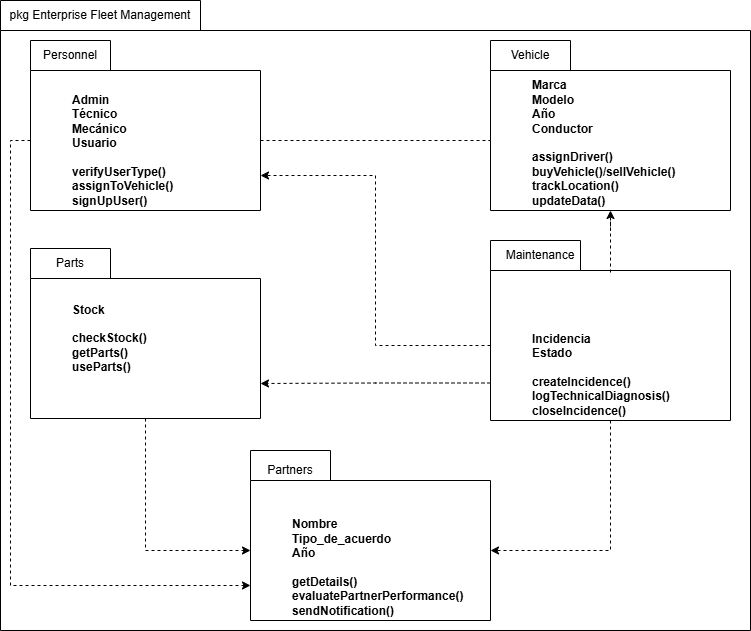
The draw.io diagram pruebas/Fleet package diagram.drawio.png in anderesor-star/pruebas, before a commit. Source tidied: cells renumbered, new cells last; positions are measured from the earlier drawing's top-left corner, leaving out a move shared by most shapes. Its diagram source:
```xml
<mxGraphModel>
  <root>
    <mxCell id="0" />
    <mxCell id="1" parent="0" />
    <mxCell id="2" style="shape=folder;fontStyle=1;spacingTop=10;tabWidth=200;tabHeight=30;tabPosition=left;html=1;whiteSpace=wrap;" parent="1" vertex="1">
      <mxGeometry width="750" height="630" as="geometry" />
    </mxCell>
    <mxCell id="3" value="pkg Enterprise Fleet Management" style="text;html=1;whiteSpace=wrap;strokeColor=none;fillColor=none;align=center;verticalAlign=middle;rounded=0;" parent="1" vertex="1">
      <mxGeometry width="200" height="30" as="geometry" />
    </mxCell>
    <mxCell id="4" value="&lt;blockquote style=&quot;margin: 0 0 0 40px; border: none; padding: 0px;&quot;&gt;Admin&lt;/blockquote&gt;&lt;blockquote style=&quot;margin: 0 0 0 40px; border: none; padding: 0px;&quot;&gt;Técnico&lt;/blockquote&gt;&lt;blockquote style=&quot;margin: 0 0 0 40px; border: none; padding: 0px;&quot;&gt;Mecánico&lt;/blockquote&gt;&lt;blockquote style=&quot;margin: 0 0 0 40px; border: none; padding: 0px;&quot;&gt;Usuario&lt;/blockquote&gt;&lt;blockquote style=&quot;margin: 0 0 0 40px; border: none; padding: 0px;&quot;&gt;&lt;br&gt;&lt;/blockquote&gt;&lt;blockquote style=&quot;margin: 0 0 0 40px; border: none; padding: 0px;&quot;&gt;verifyUserType()&lt;/blockquote&gt;&lt;blockquote style=&quot;margin: 0 0 0 40px; border: none; padding: 0px;&quot;&gt;assignToVehicle()&lt;/blockquote&gt;&lt;blockquote style=&quot;margin: 0 0 0 40px; border: none; padding: 0px;&quot;&gt;signUpUser()&lt;/blockquote&gt;" style="shape=folder;fontStyle=1;spacingTop=10;tabWidth=80;tabHeight=30;tabPosition=left;html=1;whiteSpace=wrap;align=left;verticalAlign=bottom;" parent="1" vertex="1">
      <mxGeometry x="30" y="40" width="230" height="170" as="geometry" />
    </mxCell>
    <mxCell id="5" value="Personnel" style="text;html=1;whiteSpace=wrap;strokeColor=none;fillColor=none;align=center;verticalAlign=middle;rounded=0;" parent="1" vertex="1">
      <mxGeometry x="40" y="40" width="60" height="30" as="geometry" />
    </mxCell>
    <mxCell id="6" value="&lt;blockquote style=&quot;margin: 0 0 0 40px; border: none; padding: 0px;&quot;&gt;Marca&lt;/blockquote&gt;&lt;blockquote style=&quot;margin: 0 0 0 40px; border: none; padding: 0px;&quot;&gt;Modelo&lt;/blockquote&gt;&lt;blockquote style=&quot;margin: 0 0 0 40px; border: none; padding: 0px;&quot;&gt;Año&lt;/blockquote&gt;&lt;blockquote style=&quot;margin: 0 0 0 40px; border: none; padding: 0px;&quot;&gt;Conductor&lt;/blockquote&gt;&lt;blockquote style=&quot;margin: 0 0 0 40px; border: none; padding: 0px;&quot;&gt;&lt;br&gt;&lt;/blockquote&gt;&lt;blockquote style=&quot;margin: 0 0 0 40px; border: none; padding: 0px;&quot;&gt;assignDriver()&lt;/blockquote&gt;&lt;blockquote style=&quot;margin: 0 0 0 40px; border: none; padding: 0px;&quot;&gt;buyVehicle()/sellVehicle()&lt;/blockquote&gt;&lt;blockquote style=&quot;margin: 0 0 0 40px; border: none; padding: 0px;&quot;&gt;trackLocation()&lt;/blockquote&gt;&lt;blockquote style=&quot;margin: 0 0 0 40px; border: none; padding: 0px;&quot;&gt;updateData()&lt;/blockquote&gt;" style="shape=folder;fontStyle=1;spacingTop=10;tabWidth=80;tabHeight=30;tabPosition=left;html=1;whiteSpace=wrap;align=left;verticalAlign=bottom;" parent="1" vertex="1">
      <mxGeometry x="490" y="40" width="240" height="170" as="geometry" />
    </mxCell>
    <mxCell id="7" value="Vehicle" style="text;html=1;whiteSpace=wrap;strokeColor=none;fillColor=none;align=center;verticalAlign=middle;rounded=0;" parent="1" vertex="1">
      <mxGeometry x="500" y="40" width="60" height="30" as="geometry" />
    </mxCell>
    <mxCell id="8" value="&lt;blockquote style=&quot;margin: 0 0 0 40px; border: none; padding: 0px;&quot;&gt;Stock&lt;/blockquote&gt;&lt;blockquote style=&quot;margin: 0 0 0 40px; border: none; padding: 0px;&quot;&gt;&lt;br&gt;&lt;/blockquote&gt;&lt;blockquote style=&quot;margin: 0 0 0 40px; border: none; padding: 0px;&quot;&gt;checkStock()&lt;/blockquote&gt;&lt;blockquote style=&quot;margin: 0 0 0 40px; border: none; padding: 0px;&quot;&gt;getParts()&lt;/blockquote&gt;&lt;blockquote style=&quot;margin: 0 0 0 40px; border: none; padding: 0px;&quot;&gt;useParts()&lt;/blockquote&gt;" style="shape=folder;fontStyle=1;spacingTop=10;tabWidth=80;tabHeight=30;tabPosition=left;html=1;whiteSpace=wrap;align=left;verticalAlign=middle;" parent="1" vertex="1">
      <mxGeometry x="30" y="248" width="230" height="170" as="geometry" />
    </mxCell>
    <mxCell id="9" value="Parts" style="text;html=1;whiteSpace=wrap;strokeColor=none;fillColor=none;align=center;verticalAlign=middle;rounded=0;" parent="1" vertex="1">
      <mxGeometry x="40" y="248" width="60" height="30" as="geometry" />
    </mxCell>
    <mxCell id="10" value="&lt;blockquote style=&quot;margin: 0 0 0 40px; border: none; padding: 0px;&quot;&gt;Incidencia&lt;/blockquote&gt;&lt;blockquote style=&quot;margin: 0 0 0 40px; border: none; padding: 0px;&quot;&gt;Estado&lt;/blockquote&gt;&lt;blockquote style=&quot;margin: 0 0 0 40px; border: none; padding: 0px;&quot;&gt;&lt;br&gt;&lt;/blockquote&gt;&lt;blockquote style=&quot;margin: 0 0 0 40px; border: none; padding: 0px;&quot;&gt;createIncidence()&lt;/blockquote&gt;&lt;blockquote style=&quot;margin: 0 0 0 40px; border: none; padding: 0px;&quot;&gt;logTechnicalDiagnosis()&lt;/blockquote&gt;&lt;blockquote style=&quot;margin: 0 0 0 40px; border: none; padding: 0px;&quot;&gt;closeIncidence()&lt;/blockquote&gt;" style="shape=folder;fontStyle=1;spacingTop=10;tabWidth=90;tabHeight=30;tabPosition=left;html=1;whiteSpace=wrap;align=left;verticalAlign=bottom;" parent="1" vertex="1">
      <mxGeometry x="490" y="240" width="240" height="180" as="geometry" />
    </mxCell>
    <mxCell id="11" value="Maintenance" style="text;html=1;whiteSpace=wrap;strokeColor=none;fillColor=none;align=center;verticalAlign=middle;rounded=0;" parent="1" vertex="1">
      <mxGeometry x="510" y="240" width="60" height="30" as="geometry" />
    </mxCell>
    <mxCell id="12" value="&lt;blockquote style=&quot;margin: 0 0 0 40px; border: none; padding: 0px;&quot;&gt;Nombre&lt;/blockquote&gt;&lt;blockquote style=&quot;margin: 0 0 0 40px; border: none; padding: 0px;&quot;&gt;Tipo_de_acuerdo&lt;/blockquote&gt;&lt;blockquote style=&quot;margin: 0 0 0 40px; border: none; padding: 0px;&quot;&gt;Año&lt;/blockquote&gt;&lt;blockquote style=&quot;margin: 0 0 0 40px; border: none; padding: 0px;&quot;&gt;&lt;br&gt;&lt;/blockquote&gt;&lt;blockquote style=&quot;margin: 0 0 0 40px; border: none; padding: 0px;&quot;&gt;getDetails()&lt;/blockquote&gt;&lt;blockquote style=&quot;margin: 0 0 0 40px; border: none; padding: 0px;&quot;&gt;evaluatePartnerPerformance()&lt;/blockquote&gt;&lt;blockquote style=&quot;margin: 0 0 0 40px; border: none; padding: 0px;&quot;&gt;sendNotification()&lt;/blockquote&gt;" style="shape=folder;fontStyle=1;spacingTop=10;tabWidth=80;tabHeight=30;tabPosition=left;html=1;whiteSpace=wrap;align=left;verticalAlign=bottom;" parent="1" vertex="1">
      <mxGeometry x="250" y="450" width="240" height="170" as="geometry" />
    </mxCell>
    <mxCell id="13" value="Partners" style="text;html=1;whiteSpace=wrap;strokeColor=none;fillColor=none;align=center;verticalAlign=middle;rounded=0;" parent="1" vertex="1">
      <mxGeometry x="260" y="455" width="60" height="30" as="geometry" />
    </mxCell>
    <mxCell id="14" style="edgeStyle=orthogonalEdgeStyle;rounded=0;jettySize=auto;html=1;exitX=0.5;exitY=0.178;exitDx=0;exitDy=0;exitPerimeter=0;entryX=0.5;entryY=1;entryDx=0;entryDy=0;entryPerimeter=0;dashed=1;" parent="1" edge="1" source="10" target="6">
      <mxGeometry relative="1" as="geometry" />
    </mxCell>
    <mxCell id="15" style="edgeStyle=orthogonalEdgeStyle;rounded=0;jettySize=auto;html=1;exitX=0;exitY=0;exitDx=230;exitDy=100;exitPerimeter=0;entryX=0;entryY=0;entryDx=0;entryDy=100;entryPerimeter=0;dashed=1;endArrow=none;endFill=0;" parent="1" edge="1" source="4" target="6">
      <mxGeometry relative="1" as="geometry" />
    </mxCell>
    <mxCell id="16" style="edgeStyle=orthogonalEdgeStyle;rounded=0;jettySize=auto;html=1;exitX=0;exitY=0;exitDx=0;exitDy=105;exitPerimeter=0;entryX=0;entryY=0;entryDx=230;entryDy=135;entryPerimeter=0;dashed=1;" parent="1" edge="1" source="10" target="4">
      <mxGeometry relative="1" as="geometry" />
    </mxCell>
    <mxCell id="17" style="edgeStyle=orthogonalEdgeStyle;rounded=0;jettySize=auto;html=1;exitX=0;exitY=0;exitDx=0;exitDy=142.5;exitPerimeter=0;entryX=0;entryY=0;entryDx=230;entryDy=135;entryPerimeter=0;dashed=1;" parent="1" edge="1" source="10" target="8">
      <mxGeometry relative="1" as="geometry" />
    </mxCell>
    <mxCell id="18" style="edgeStyle=orthogonalEdgeStyle;rounded=0;jettySize=auto;html=1;exitX=0.5;exitY=1;exitDx=0;exitDy=0;exitPerimeter=0;entryX=0;entryY=0;entryDx=0;entryDy=100;entryPerimeter=0;dashed=1;" parent="1" edge="1" source="8" target="12">
      <mxGeometry relative="1" as="geometry" />
    </mxCell>
    <mxCell id="19" style="edgeStyle=orthogonalEdgeStyle;rounded=0;jettySize=auto;html=1;exitX=0.5;exitY=1;exitDx=0;exitDy=0;exitPerimeter=0;entryX=0;entryY=0;entryDx=240;entryDy=100;entryPerimeter=0;dashed=1;" parent="1" edge="1" source="10" target="12">
      <mxGeometry relative="1" as="geometry" />
    </mxCell>
    <mxCell id="20" style="edgeStyle=orthogonalEdgeStyle;rounded=0;jettySize=auto;html=1;exitX=0;exitY=0;exitDx=0;exitDy=100;exitPerimeter=0;entryX=0;entryY=0;entryDx=0;entryDy=135;entryPerimeter=0;dashed=1;" parent="1" edge="1" source="4" target="12">
      <mxGeometry relative="1" as="geometry" />
    </mxCell>
  </root>
</mxGraphModel>
```
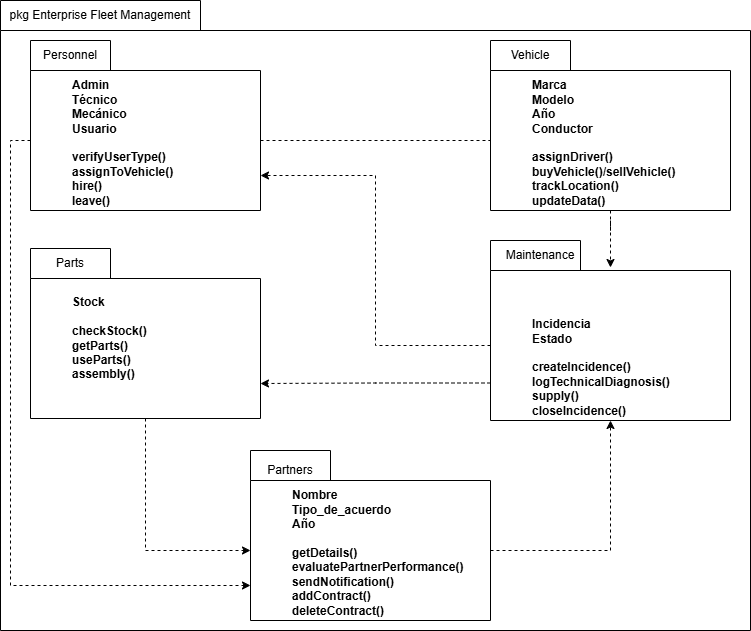
After the change.

The edit, as a diff of the source:
```diff
@@ -8,7 +8,7 @@
     <mxCell id="3" value="pkg Enterprise Fleet Management" style="text;html=1;whiteSpace=wrap;strokeColor=none;fillColor=none;align=center;verticalAlign=middle;rounded=0;" parent="1" vertex="1">
       <mxGeometry width="200" height="30" as="geometry" />
     </mxCell>
-    <mxCell id="4" value="&lt;blockquote style=&quot;margin: 0 0 0 40px; border: none; padding: 0px;&quot;&gt;Admin&lt;/blockquote&gt;&lt;blockquote style=&quot;margin: 0 0 0 40px; border: none; padding: 0px;&quot;&gt;Técnico&lt;/blockquote&gt;&lt;blockquote style=&quot;margin: 0 0 0 40px; border: none; padding: 0px;&quot;&gt;Mecánico&lt;/blockquote&gt;&lt;blockquote style=&quot;margin: 0 0 0 40px; border: none; padding: 0px;&quot;&gt;Usuario&lt;/blockquote&gt;&lt;blockquote style=&quot;margin: 0 0 0 40px; border: none; padding: 0px;&quot;&gt;&lt;br&gt;&lt;/blockquote&gt;&lt;blockquote style=&quot;margin: 0 0 0 40px; border: none; padding: 0px;&quot;&gt;verifyUserType()&lt;/blockquote&gt;&lt;blockquote style=&quot;margin: 0 0 0 40px; border: none; padding: 0px;&quot;&gt;assignToVehicle()&lt;/blockquote&gt;&lt;blockquote style=&quot;margin: 0 0 0 40px; border: none; padding: 0px;&quot;&gt;signUpUser()&lt;/blockquote&gt;" style="shape=folder;fontStyle=1;spacingTop=10;tabWidth=80;tabHeight=30;tabPosition=left;html=1;whiteSpace=wrap;align=left;verticalAlign=bottom;" parent="1" vertex="1">
+    <mxCell id="4" value="&lt;blockquote style=&quot;margin: 0 0 0 40px; border: none; padding: 0px;&quot;&gt;Admin&lt;/blockquote&gt;&lt;blockquote style=&quot;margin: 0 0 0 40px; border: none; padding: 0px;&quot;&gt;Técnico&lt;/blockquote&gt;&lt;blockquote style=&quot;margin: 0 0 0 40px; border: none; padding: 0px;&quot;&gt;Mecánico&lt;/blockquote&gt;&lt;blockquote style=&quot;margin: 0 0 0 40px; border: none; padding: 0px;&quot;&gt;Usuario&lt;/blockquote&gt;&lt;blockquote style=&quot;margin: 0 0 0 40px; border: none; padding: 0px;&quot;&gt;&lt;br&gt;&lt;/blockquote&gt;&lt;blockquote style=&quot;margin: 0 0 0 40px; border: none; padding: 0px;&quot;&gt;verifyUserType()&lt;/blockquote&gt;&lt;blockquote style=&quot;margin: 0 0 0 40px; border: none; padding: 0px;&quot;&gt;assignToVehicle()&lt;/blockquote&gt;&lt;blockquote style=&quot;margin: 0 0 0 40px; border: none; padding: 0px;&quot;&gt;hire()&lt;/blockquote&gt;&lt;blockquote style=&quot;margin: 0 0 0 40px; border: none; padding: 0px;&quot;&gt;leave()&lt;/blockquote&gt;" style="shape=folder;fontStyle=1;spacingTop=10;tabWidth=80;tabHeight=30;tabPosition=left;html=1;whiteSpace=wrap;align=left;verticalAlign=bottom;" parent="1" vertex="1">
       <mxGeometry x="30" y="40" width="230" height="170" as="geometry" />
     </mxCell>
     <mxCell id="5" value="Personnel" style="text;html=1;whiteSpace=wrap;strokeColor=none;fillColor=none;align=center;verticalAlign=middle;rounded=0;" parent="1" vertex="1">
@@ -20,27 +20,24 @@
     <mxCell id="7" value="Vehicle" style="text;html=1;whiteSpace=wrap;strokeColor=none;fillColor=none;align=center;verticalAlign=middle;rounded=0;" parent="1" vertex="1">
       <mxGeometry x="500" y="40" width="60" height="30" as="geometry" />
     </mxCell>
-    <mxCell id="8" value="&lt;blockquote style=&quot;margin: 0 0 0 40px; border: none; padding: 0px;&quot;&gt;Stock&lt;/blockquote&gt;&lt;blockquote style=&quot;margin: 0 0 0 40px; border: none; padding: 0px;&quot;&gt;&lt;br&gt;&lt;/blockquote&gt;&lt;blockquote style=&quot;margin: 0 0 0 40px; border: none; padding: 0px;&quot;&gt;checkStock()&lt;/blockquote&gt;&lt;blockquote style=&quot;margin: 0 0 0 40px; border: none; padding: 0px;&quot;&gt;getParts()&lt;/blockquote&gt;&lt;blockquote style=&quot;margin: 0 0 0 40px; border: none; padding: 0px;&quot;&gt;useParts()&lt;/blockquote&gt;" style="shape=folder;fontStyle=1;spacingTop=10;tabWidth=80;tabHeight=30;tabPosition=left;html=1;whiteSpace=wrap;align=left;verticalAlign=middle;" parent="1" vertex="1">
+    <mxCell id="8" value="&lt;blockquote style=&quot;margin: 0 0 0 40px; border: none; padding: 0px;&quot;&gt;Stock&lt;/blockquote&gt;&lt;blockquote style=&quot;margin: 0 0 0 40px; border: none; padding: 0px;&quot;&gt;&lt;br&gt;&lt;/blockquote&gt;&lt;blockquote style=&quot;margin: 0 0 0 40px; border: none; padding: 0px;&quot;&gt;checkStock()&lt;/blockquote&gt;&lt;blockquote style=&quot;margin: 0 0 0 40px; border: none; padding: 0px;&quot;&gt;getParts()&lt;/blockquote&gt;&lt;blockquote style=&quot;margin: 0 0 0 40px; border: none; padding: 0px;&quot;&gt;useParts()&lt;/blockquote&gt;&lt;blockquote style=&quot;margin: 0 0 0 40px; border: none; padding: 0px;&quot;&gt;assembly()&lt;/blockquote&gt;" style="shape=folder;fontStyle=1;spacingTop=10;tabWidth=80;tabHeight=30;tabPosition=left;html=1;whiteSpace=wrap;align=left;verticalAlign=middle;" parent="1" vertex="1">
       <mxGeometry x="30" y="248" width="230" height="170" as="geometry" />
     </mxCell>
     <mxCell id="9" value="Parts" style="text;html=1;whiteSpace=wrap;strokeColor=none;fillColor=none;align=center;verticalAlign=middle;rounded=0;" parent="1" vertex="1">
       <mxGeometry x="40" y="248" width="60" height="30" as="geometry" />
     </mxCell>
-    <mxCell id="10" value="&lt;blockquote style=&quot;margin: 0 0 0 40px; border: none; padding: 0px;&quot;&gt;Incidencia&lt;/blockquote&gt;&lt;blockquote style=&quot;margin: 0 0 0 40px; border: none; padding: 0px;&quot;&gt;Estado&lt;/blockquote&gt;&lt;blockquote style=&quot;margin: 0 0 0 40px; border: none; padding: 0px;&quot;&gt;&lt;br&gt;&lt;/blockquote&gt;&lt;blockquote style=&quot;margin: 0 0 0 40px; border: none; padding: 0px;&quot;&gt;createIncidence()&lt;/blockquote&gt;&lt;blockquote style=&quot;margin: 0 0 0 40px; border: none; padding: 0px;&quot;&gt;logTechnicalDiagnosis()&lt;/blockquote&gt;&lt;blockquote style=&quot;margin: 0 0 0 40px; border: none; padding: 0px;&quot;&gt;closeIncidence()&lt;/blockquote&gt;" style="shape=folder;fontStyle=1;spacingTop=10;tabWidth=90;tabHeight=30;tabPosition=left;html=1;whiteSpace=wrap;align=left;verticalAlign=bottom;" parent="1" vertex="1">
+    <mxCell id="10" value="&lt;blockquote style=&quot;margin: 0 0 0 40px; border: none; padding: 0px;&quot;&gt;Incidencia&lt;/blockquote&gt;&lt;blockquote style=&quot;margin: 0 0 0 40px; border: none; padding: 0px;&quot;&gt;Estado&lt;/blockquote&gt;&lt;blockquote style=&quot;margin: 0 0 0 40px; border: none; padding: 0px;&quot;&gt;&lt;br&gt;&lt;/blockquote&gt;&lt;blockquote style=&quot;margin: 0 0 0 40px; border: none; padding: 0px;&quot;&gt;createIncidence()&lt;/blockquote&gt;&lt;blockquote style=&quot;margin: 0 0 0 40px; border: none; padding: 0px;&quot;&gt;logTechnicalDiagnosis()&lt;/blockquote&gt;&lt;blockquote style=&quot;margin: 0 0 0 40px; border: none; padding: 0px;&quot;&gt;supply()&lt;/blockquote&gt;&lt;blockquote style=&quot;margin: 0 0 0 40px; border: none; padding: 0px;&quot;&gt;closeIncidence()&lt;/blockquote&gt;" style="shape=folder;fontStyle=1;spacingTop=10;tabWidth=90;tabHeight=30;tabPosition=left;html=1;whiteSpace=wrap;align=left;verticalAlign=bottom;" parent="1" vertex="1">
       <mxGeometry x="490" y="240" width="240" height="180" as="geometry" />
     </mxCell>
     <mxCell id="11" value="Maintenance" style="text;html=1;whiteSpace=wrap;strokeColor=none;fillColor=none;align=center;verticalAlign=middle;rounded=0;" parent="1" vertex="1">
       <mxGeometry x="510" y="240" width="60" height="30" as="geometry" />
     </mxCell>
-    <mxCell id="12" value="&lt;blockquote style=&quot;margin: 0 0 0 40px; border: none; padding: 0px;&quot;&gt;Nombre&lt;/blockquote&gt;&lt;blockquote style=&quot;margin: 0 0 0 40px; border: none; padding: 0px;&quot;&gt;Tipo_de_acuerdo&lt;/blockquote&gt;&lt;blockquote style=&quot;margin: 0 0 0 40px; border: none; padding: 0px;&quot;&gt;Año&lt;/blockquote&gt;&lt;blockquote style=&quot;margin: 0 0 0 40px; border: none; padding: 0px;&quot;&gt;&lt;br&gt;&lt;/blockquote&gt;&lt;blockquote style=&quot;margin: 0 0 0 40px; border: none; padding: 0px;&quot;&gt;getDetails()&lt;/blockquote&gt;&lt;blockquote style=&quot;margin: 0 0 0 40px; border: none; padding: 0px;&quot;&gt;evaluatePartnerPerformance()&lt;/blockquote&gt;&lt;blockquote style=&quot;margin: 0 0 0 40px; border: none; padding: 0px;&quot;&gt;sendNotification()&lt;/blockquote&gt;" style="shape=folder;fontStyle=1;spacingTop=10;tabWidth=80;tabHeight=30;tabPosition=left;html=1;whiteSpace=wrap;align=left;verticalAlign=bottom;" parent="1" vertex="1">
+    <mxCell id="12" value="&lt;blockquote style=&quot;margin: 0 0 0 40px; border: none; padding: 0px;&quot;&gt;Nombre&lt;/blockquote&gt;&lt;blockquote style=&quot;margin: 0 0 0 40px; border: none; padding: 0px;&quot;&gt;Tipo_de_acuerdo&lt;/blockquote&gt;&lt;blockquote style=&quot;margin: 0 0 0 40px; border: none; padding: 0px;&quot;&gt;Año&lt;/blockquote&gt;&lt;blockquote style=&quot;margin: 0 0 0 40px; border: none; padding: 0px;&quot;&gt;&lt;br&gt;&lt;/blockquote&gt;&lt;blockquote style=&quot;margin: 0 0 0 40px; border: none; padding: 0px;&quot;&gt;getDetails()&lt;/blockquote&gt;&lt;blockquote style=&quot;margin: 0 0 0 40px; border: none; padding: 0px;&quot;&gt;evaluatePartnerPerformance()&lt;/blockquote&gt;&lt;blockquote style=&quot;margin: 0 0 0 40px; border: none; padding: 0px;&quot;&gt;sendNotification()&lt;/blockquote&gt;&lt;blockquote style=&quot;margin: 0 0 0 40px; border: none; padding: 0px;&quot;&gt;addContract()&lt;/blockquote&gt;&lt;blockquote style=&quot;margin: 0 0 0 40px; border: none; padding: 0px;&quot;&gt;deleteContract()&lt;/blockquote&gt;" style="shape=folder;fontStyle=1;spacingTop=10;tabWidth=80;tabHeight=30;tabPosition=left;html=1;whiteSpace=wrap;align=left;verticalAlign=bottom;" parent="1" vertex="1">
       <mxGeometry x="250" y="450" width="240" height="170" as="geometry" />
     </mxCell>
     <mxCell id="13" value="Partners" style="text;html=1;whiteSpace=wrap;strokeColor=none;fillColor=none;align=center;verticalAlign=middle;rounded=0;" parent="1" vertex="1">
       <mxGeometry x="260" y="455" width="60" height="30" as="geometry" />
     </mxCell>
-    <mxCell id="14" style="edgeStyle=orthogonalEdgeStyle;rounded=0;jettySize=auto;html=1;exitX=0.5;exitY=0.178;exitDx=0;exitDy=0;exitPerimeter=0;entryX=0.5;entryY=1;entryDx=0;entryDy=0;entryPerimeter=0;dashed=1;" parent="1" edge="1" source="10" target="6">
-      <mxGeometry relative="1" as="geometry" />
-    </mxCell>
     <mxCell id="15" style="edgeStyle=orthogonalEdgeStyle;rounded=0;jettySize=auto;html=1;exitX=0;exitY=0;exitDx=230;exitDy=100;exitPerimeter=0;entryX=0;entryY=0;entryDx=0;entryDy=100;entryPerimeter=0;dashed=1;endArrow=none;endFill=0;" parent="1" edge="1" source="4" target="6">
       <mxGeometry relative="1" as="geometry" />
     </mxCell>
@@ -53,11 +50,14 @@
     <mxCell id="18" style="edgeStyle=orthogonalEdgeStyle;rounded=0;jettySize=auto;html=1;exitX=0.5;exitY=1;exitDx=0;exitDy=0;exitPerimeter=0;entryX=0;entryY=0;entryDx=0;entryDy=100;entryPerimeter=0;dashed=1;" parent="1" edge="1" source="8" target="12">
       <mxGeometry relative="1" as="geometry" />
     </mxCell>
-    <mxCell id="19" style="edgeStyle=orthogonalEdgeStyle;rounded=0;jettySize=auto;html=1;exitX=0.5;exitY=1;exitDx=0;exitDy=0;exitPerimeter=0;entryX=0;entryY=0;entryDx=240;entryDy=100;entryPerimeter=0;dashed=1;" parent="1" edge="1" source="10" target="12">
-      <mxGeometry relative="1" as="geometry" />
-    </mxCell>
     <mxCell id="20" style="edgeStyle=orthogonalEdgeStyle;rounded=0;jettySize=auto;html=1;exitX=0;exitY=0;exitDx=0;exitDy=100;exitPerimeter=0;entryX=0;entryY=0;entryDx=0;entryDy=135;entryPerimeter=0;dashed=1;" parent="1" edge="1" source="4" target="12">
       <mxGeometry relative="1" as="geometry" />
     </mxCell>
+    <mxCell id="21" style="edgeStyle=orthogonalEdgeStyle;rounded=0;jettySize=auto;html=1;exitX=0;exitY=0;exitDx=240;exitDy=100;exitPerimeter=0;entryX=0.5;entryY=1;entryDx=0;entryDy=0;entryPerimeter=0;dashed=1;" parent="1" edge="1" source="12" target="10">
+      <mxGeometry relative="1" as="geometry" />
+    </mxCell>
+    <mxCell id="22" style="edgeStyle=orthogonalEdgeStyle;rounded=0;jettySize=auto;html=1;exitX=0.5;exitY=1;exitDx=0;exitDy=0;exitPerimeter=0;entryX=0.5;entryY=0.15;entryDx=0;entryDy=0;entryPerimeter=0;dashed=1;" parent="1" edge="1" source="6" target="10">
+      <mxGeometry relative="1" as="geometry" />
+    </mxCell>
   </root>
 </mxGraphModel>
```
